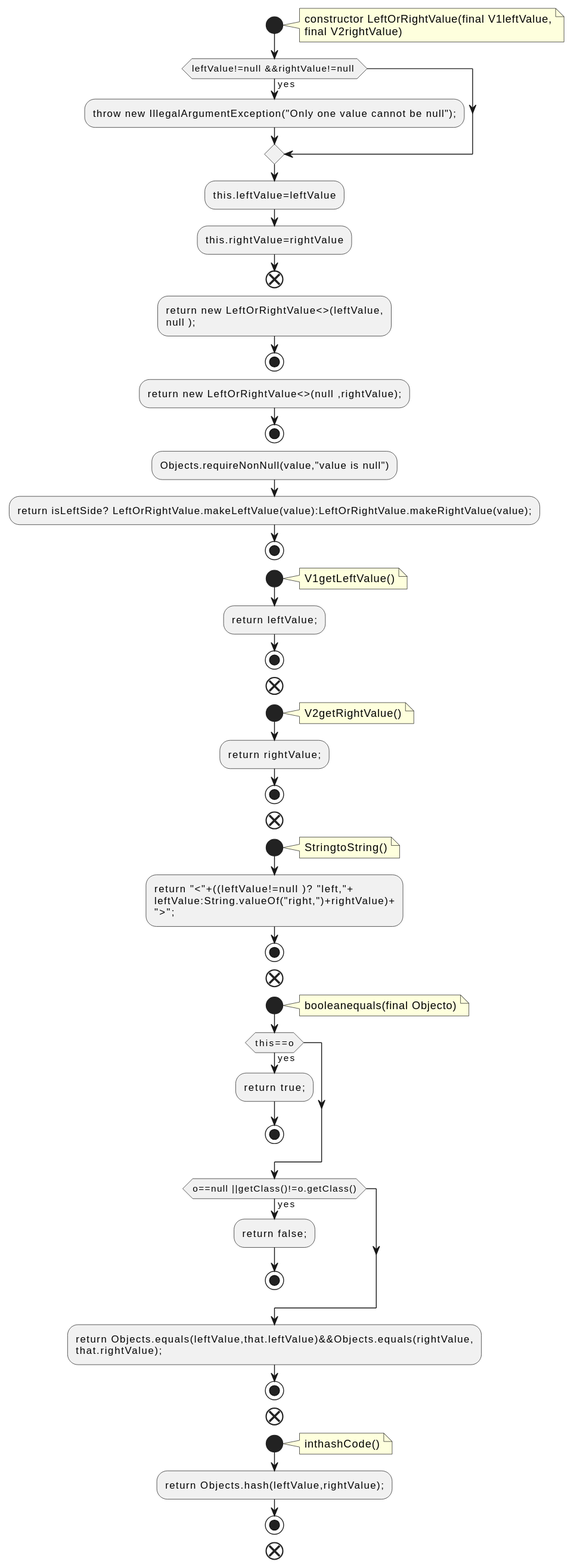
Before: docs/qc/streams/src/main/java/org/apache/kafka/streams/state/internals/LeftOrRightValue.java.fct.svg, a diagram exported from PlantUML (qualitesys/kafka).
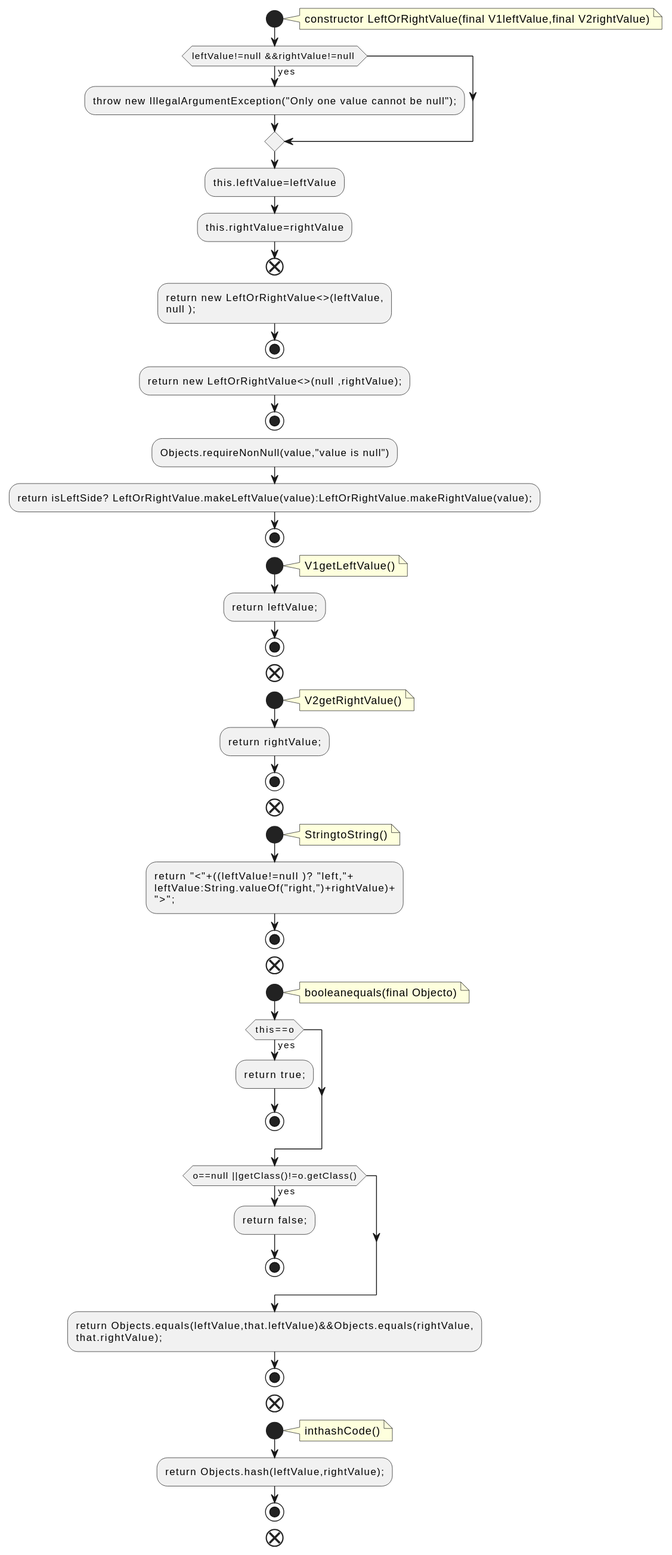
The same file after the commit.

The edit, as a diff of the source:
```diff
@@ -2,8 +2,7 @@
 !pragma layout smetana
 start
 note right
-constructor LeftOrRightValue(final V1leftValue,
-final V2rightValue)
+constructor LeftOrRightValue(final V1leftValue,final V2rightValue)
 end note
 if (leftValue!=null &&rightValue!=null ) then (yes)
 :throw new IllegalArgumentException("Only one value cannot be null");;
```
